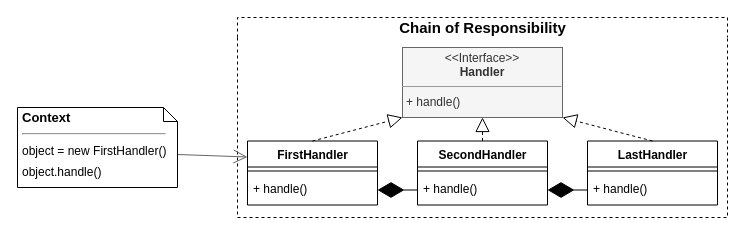
The draw.io diagram docs/UML/Chain Of Responsibilities.drawio in vhood/design-patterns, before the edit. Source tidied: cells renumbered, new cells numbered last; positions are measured from the earlier drawing's top-left corner, leaving out a move shared by most shapes. Both pictures are drawn from the tidied source at 100%, with x=0, y=0 at pixel (17, 17).
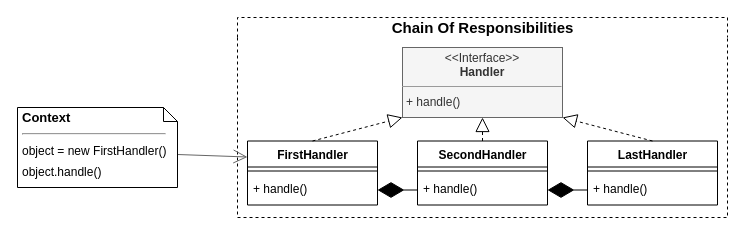
After the change.

Commit message (it also covers changes not shown here):
chore: rename COR pattern in UML

The edit, as a diff of the source:
```diff
@@
 <mxGraphModel>
   <root>
     <mxCell id="0" />
     <mxCell id="1" parent="0" />
-    <mxCell id="2" value="Chain of Responsibility" style="swimlane;html=1;horizontal=1;startSize=20;fillColor=none;strokeColor=#000000;rounded=0;comic=0;fontSize=15;dashed=1;swimlaneLine=0;shadow=0;glass=0;perimeterSpacing=0;labelBackgroundColor=none;" parent="1" vertex="1">
+    <mxCell id="2" value="Chain Of Responsibilities" style="swimlane;html=1;horizontal=1;startSize=20;fillColor=none;strokeColor=#000000;rounded=0;comic=0;fontSize=15;dashed=1;swimlaneLine=0;shadow=0;glass=0;perimeterSpacing=0;labelBackgroundColor=none;" parent="1" vertex="1">
       <mxGeometry x="220" width="490" height="200" as="geometry" />
     </mxCell>
     <mxCell id="3" value="LastHandler" style="swimlane;fontStyle=1;align=center;verticalAlign=top;horizontal=1;startSize=26;rounded=0;shadow=0;glass=0;comic=0;strokeWidth=1;fontSize=12;labelBackgroundColor=none;fillColor=#ffffff;html=1;" parent="2" vertex="1">
       <mxGeometry x="350" y="123.5" width="130" height="64" as="geometry" />
     </mxCell>
     <mxCell id="4" style="line;strokeWidth=1;fillColor=none;align=left;verticalAlign=middle;spacingTop=-1;spacingLeft=3;spacingRight=3;labelPosition=right;" parent="3" vertex="1">
       <mxGeometry y="26" width="130" height="8" as="geometry" />
     </mxCell>
     <mxCell id="5" value="+ handle()" style="text;strokeColor=none;fillColor=none;align=left;verticalAlign=top;spacingLeft=4;spacingRight=4;overflow=hidden;points=[[0,0.5],[1,0.5]];portConstraint=eastwest;" parent="3" vertex="1">
       <mxGeometry y="34" width="130" height="30" as="geometry" />
     </mxCell>
     <mxCell id="6" value="SecondHandler" style="swimlane;fontStyle=1;align=center;verticalAlign=top;horizontal=1;startSize=26;rounded=0;shadow=0;glass=0;comic=0;strokeWidth=1;fontSize=12;labelBackgroundColor=none;fillColor=#ffffff;html=1;" parent="2" vertex="1">
       <mxGeometry x="180" y="123.5" width="130" height="64" as="geometry" />
     </mxCell>
     <mxCell id="7" style="line;strokeWidth=1;fillColor=none;align=left;verticalAlign=middle;spacingTop=-1;spacingLeft=3;spacingRight=3;labelPosition=right;" parent="6" vertex="1">
       <mxGeometry y="26" width="130" height="8" as="geometry" />
     </mxCell>
     <mxCell id="8" value="+ handle()" style="text;strokeColor=none;fillColor=none;align=left;verticalAlign=top;spacingLeft=4;spacingRight=4;overflow=hidden;points=[[0,0.5],[1,0.5]];portConstraint=eastwest;" parent="6" vertex="1">
       <mxGeometry y="34" width="130" height="30" as="geometry" />
     </mxCell>
     <mxCell id="9" value="FirstHandler" style="swimlane;fontStyle=1;align=center;verticalAlign=top;horizontal=1;startSize=26;rounded=0;shadow=0;glass=0;comic=0;strokeWidth=1;fontSize=12;labelBackgroundColor=none;fillColor=#ffffff;html=1;" parent="2" vertex="1">
       <mxGeometry x="10" y="123.5" width="130" height="64" as="geometry" />
     </mxCell>
     <mxCell id="10" style="line;strokeWidth=1;fillColor=none;align=left;verticalAlign=middle;spacingTop=-1;spacingLeft=3;spacingRight=3;labelPosition=right;" parent="9" vertex="1">
       <mxGeometry y="26" width="130" height="8" as="geometry" />
     </mxCell>
     <mxCell id="11" value="+ handle()" style="text;strokeColor=none;fillColor=none;align=left;verticalAlign=top;spacingLeft=4;spacingRight=4;overflow=hidden;points=[[0,0.5],[1,0.5]];portConstraint=eastwest;" parent="9" vertex="1">
       <mxGeometry y="34" width="130" height="30" as="geometry" />
     </mxCell>
     <mxCell id="12" value="&lt;p style=&quot;margin: 4px 0px 0px ; text-align: center ; line-height: 120%&quot;&gt;&lt;span&gt;&amp;lt;&amp;lt;Interface&amp;gt;&amp;gt;&lt;/span&gt;&lt;br&gt;&lt;b&gt;Handler&lt;/b&gt;&lt;/p&gt;&lt;hr size=&quot;1&quot;&gt;&lt;p style=&quot;margin: 0px 0px 0px 4px ; line-height: 160%&quot;&gt;+ handle()&lt;br&gt;&lt;/p&gt;" style="verticalAlign=top;align=left;overflow=fill;fontSize=12;fontFamily=Helvetica;html=1;rounded=0;shadow=0;glass=0;comic=0;labelBackgroundColor=none;labelBorderColor=none;imageAspect=1;noLabel=0;portConstraintRotation=0;snapToPoint=0;spacingLeft=0;spacingRight=0;fontStyle=0;fillColor=#f5f5f5;strokeColor=#666666;fontColor=#333333;" parent="2" vertex="1">
       <mxGeometry x="165" y="30" width="160" height="70" as="geometry" />
     </mxCell>
     <mxCell id="13" style="endArrow=block;dashed=1;endFill=0;endSize=12;html=1;fontSize=12;fontColor=#000000;entryX=0;entryY=1;entryDx=0;entryDy=0;exitX=0.5;exitY=0;exitDx=0;exitDy=0;" parent="2" edge="1" source="9" target="12">
       <mxGeometry relative="1" as="geometry" />
     </mxCell>
     <mxCell id="14" style="endArrow=block;dashed=1;endFill=0;endSize=12;html=1;exitX=0.5;exitY=0;exitDx=0;exitDy=0;entryX=0.5;entryY=1;entryDx=0;entryDy=0;" parent="2" edge="1" source="6" target="12">
       <mxGeometry relative="1" as="geometry" />
     </mxCell>
     <mxCell id="15" style="endArrow=block;dashed=1;endFill=0;endSize=12;html=1;exitX=0.5;exitY=0;exitDx=0;exitDy=0;entryX=1;entryY=1;entryDx=0;entryDy=0;" parent="2" edge="1" source="3" target="12">
       <mxGeometry relative="1" as="geometry" />
     </mxCell>
     <mxCell id="16" style="endArrow=diamondThin;endFill=1;endSize=24;html=1;entryX=1;entryY=0.5;entryDx=0;entryDy=0;exitX=0;exitY=0.5;exitDx=0;exitDy=0;" parent="2" edge="1" source="8" target="11">
       <mxGeometry relative="1" as="geometry" />
     </mxCell>
     <mxCell id="17" style="endArrow=diamondThin;endFill=1;endSize=24;html=1;strokeColor=#000000;entryX=1;entryY=0.5;entryDx=0;entryDy=0;exitX=0;exitY=0.5;exitDx=0;exitDy=0;" parent="2" edge="1" source="5" target="8">
       <mxGeometry relative="1" as="geometry" />
     </mxCell>
     <mxCell id="18" style="endArrow=open;endFill=1;endSize=12;html=1;exitX=0;exitY=0;exitDx=160;exitDy=47;exitPerimeter=0;entryX=0;entryY=0.25;entryDx=0;entryDy=0;strokeColor=#666666;" parent="1" edge="1" source="19" target="9">
       <mxGeometry relative="1" as="geometry" />
     </mxCell>
     <mxCell id="19" value="&lt;p style=&quot;line-height: 20%&quot;&gt;Context&lt;br&gt;&lt;/p&gt;&lt;hr&gt;&lt;span style=&quot;font-size: 12px ; font-weight: 400 ; line-height: 170%&quot;&gt;object = new FirstHandler()&lt;/span&gt;&lt;font style=&quot;font-size: 12px&quot;&gt;&lt;span style=&quot;font-weight: normal ; line-height: 170%&quot;&gt;&lt;br&gt;&lt;/span&gt;&lt;span style=&quot;font-weight: normal ; line-height: 170%&quot;&gt;object.handle()&lt;/span&gt;&lt;/font&gt;&lt;br&gt;&lt;p&gt;&lt;/p&gt;" style="shape=note;size=14;verticalAlign=top;align=left;spacingTop=-13;rounded=0;shadow=0;glass=0;comic=0;strokeColor=#000000;fillColor=none;fontSize=13;fontStyle=1;labelBorderColor=none;whiteSpace=wrap;html=1;spacingLeft=0;spacingBottom=0;spacingRight=0;spacing=5;labelBackgroundColor=none;" parent="1" vertex="1">
       <mxGeometry y="90" width="160" height="80" as="geometry" />
     </mxCell>
   </root>
 </mxGraphModel>
```
